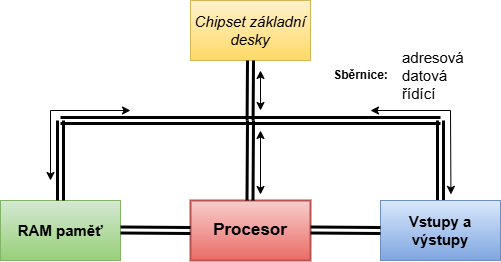
This is content/jak-se-stat-ajtakem/bitova-vrstva-pc/sbernice.png from czmirek/mrthompsoncz, a draw.io export, as it was before one commit. Source tidied: cells renumbered, new cells last; positions are measured from the earlier drawing's top-left corner, leaving out a move shared by most shapes.
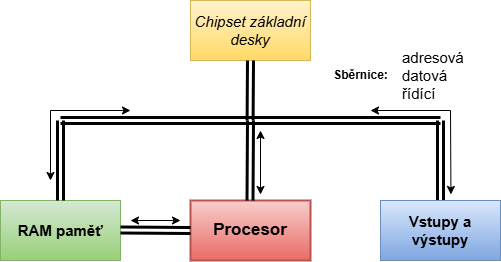
The same diagram one commit later.

What changed in the source:
```diff
@@ -46,12 +46,6 @@
     <mxCell id="11" value="Vstupy a výstupy" style="rounded=0;whiteSpace=wrap;html=1;fontSize=15;fontStyle=1;fillColor=#dae8fc;gradientColor=#7ea6e0;strokeColor=#6c8ebf;" parent="1" vertex="1">
       <mxGeometry x="380" y="200" width="120" height="60" as="geometry" />
     </mxCell>
-    <mxCell id="12" style="endArrow=none;html=1;rounded=0;shape=link;strokeWidth=3;entryX=0;entryY=0.5;entryDx=0;entryDy=0;" parent="1" edge="1">
-      <mxGeometry relative="1" as="geometry">
-        <mxPoint x="310" y="229.6" as="sourcePoint" />
-        <mxPoint x="380" y="230" as="targetPoint" />
-      </mxGeometry>
-    </mxCell>
     <mxCell id="13" value="adresová&lt;br style=&quot;font-size: 15px;&quot;&gt;datová&lt;br style=&quot;font-size: 15px;&quot;&gt;řídící" style="text;html=1;align=left;verticalAlign=middle;whiteSpace=wrap;rounded=0;fontSize=15;" parent="1" vertex="1">
       <mxGeometry x="400" y="50" width="60" height="50" as="geometry" />
     </mxCell>
@@ -83,8 +77,8 @@
     </mxCell>
     <mxCell id="18" style="endArrow=classic;startArrow=classic;html=1;rounded=0;entryX=0.587;entryY=-0.101;entryDx=0;entryDy=0;entryPerimeter=0;" parent="1" edge="1">
       <mxGeometry relative="1" as="geometry">
-        <mxPoint x="260" y="70" as="sourcePoint" />
-        <mxPoint x="260" y="110" as="targetPoint" />
+        <mxPoint x="180" y="220" as="sourcePoint" />
+        <mxPoint x="130" y="220" as="targetPoint" />
       </mxGeometry>
     </mxCell>
   </root>
```
